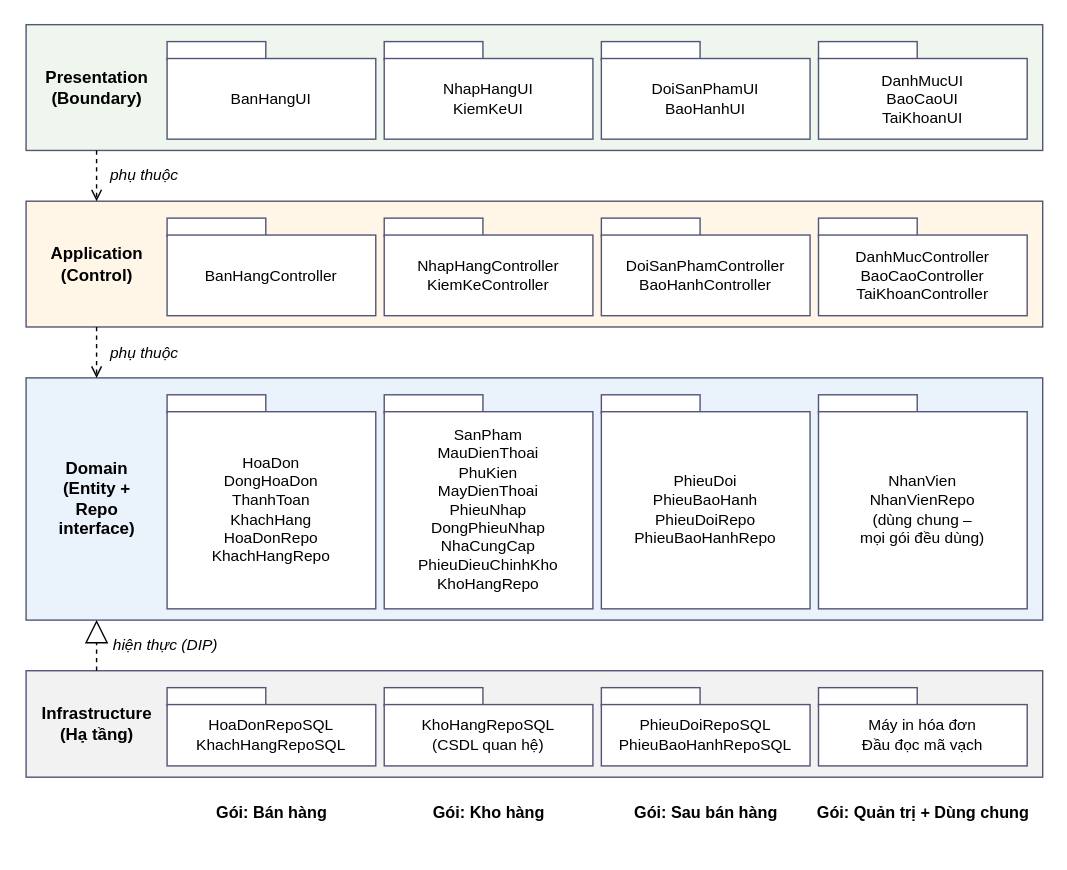
This is SoDo/14_KienTruc.drawio from trungkien1407/OOP, a draw.io file, before an edit. Source tidied: cells renumbered, new cells numbered last; positions are measured from the earlier drawing's top-left corner, leaving out a move shared by most shapes. Both pictures are drawn from the tidied source at 141%, with x=0, y=0 at pixel (24, 24).
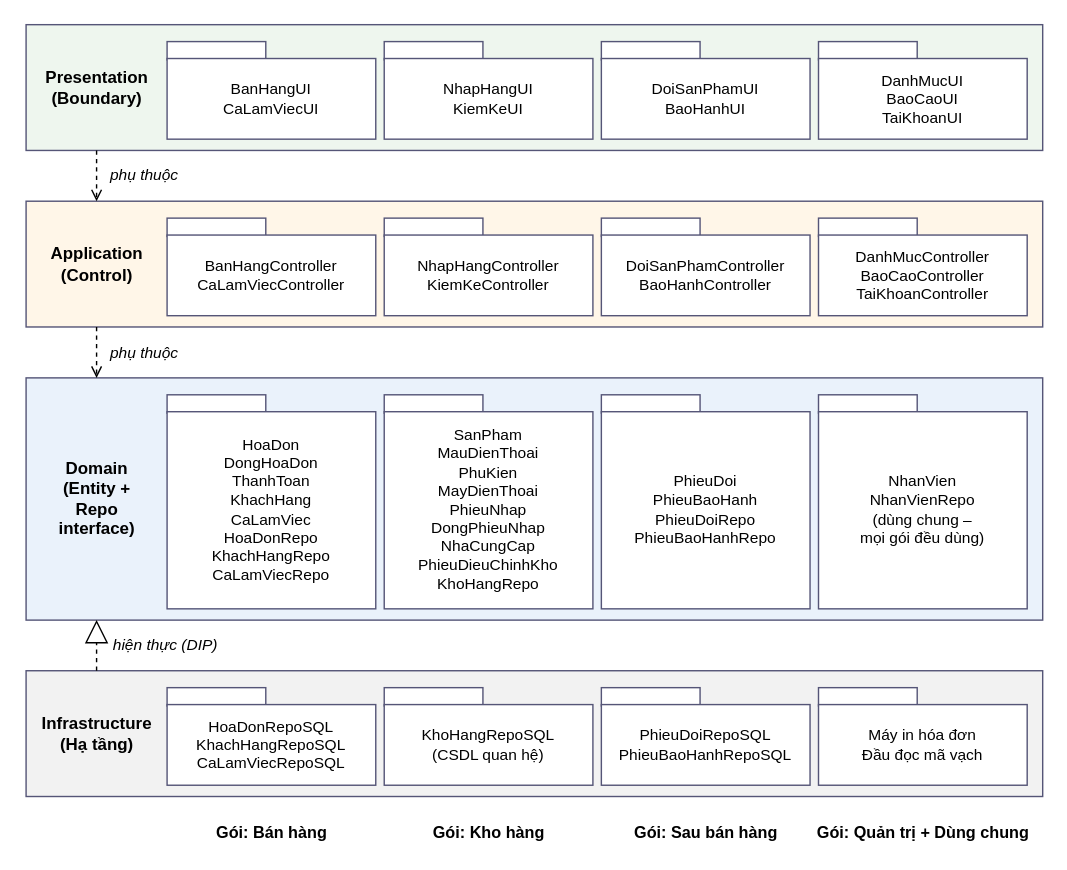
Above is the later version.

Change to the diagram source:
```diff
@@
-    <mxCell id="5" value="BanHangUI" style="rounded=0;whiteSpace=wrap;html=1;fillColor=#fff;strokeColor=#557;fontSize=11;" parent="1" vertex="1">
+    <mxCell id="5" value="BanHangUI&lt;br&gt;CaLamViecUI" style="rounded=0;whiteSpace=wrap;html=1;fillColor=#fff;strokeColor=#557;fontSize=11;" parent="1" vertex="1">
       <mxGeometry x="101" y="24" width="148" height="57.2" as="geometry" />
     </mxCell>
@@
-    <mxCell id="15" value="BanHangController" style="rounded=0;whiteSpace=wrap;html=1;fillColor=#fff;strokeColor=#557;fontSize=11;" parent="1" vertex="1">
+    <mxCell id="15" value="BanHangController&lt;br&gt;CaLamViecController" style="rounded=0;whiteSpace=wrap;html=1;fillColor=#fff;strokeColor=#557;fontSize=11;" parent="1" vertex="1">
       <mxGeometry x="101" y="149.2" width="148" height="57.2" as="geometry" />
     </mxCell>
@@
-    <mxCell id="25" value="HoaDon&lt;br&gt;DongHoaDon&lt;br&gt;ThanhToan&lt;br&gt;KhachHang&lt;br&gt;HoaDonRepo&lt;br&gt;KhachHangRepo" style="rounded=0;whiteSpace=wrap;html=1;fillColor=#fff;strokeColor=#557;fontSize=11;" parent="1" vertex="1">
+    <mxCell id="25" value="HoaDon&lt;br&gt;DongHoaDon&lt;br&gt;ThanhToan&lt;br&gt;KhachHang&lt;br&gt;CaLamViec&lt;br&gt;HoaDonRepo&lt;br&gt;KhachHangRepo&lt;br&gt;CaLamViecRepo" style="rounded=0;whiteSpace=wrap;html=1;fillColor=#fff;strokeColor=#557;fontSize=11;" parent="1" vertex="1">
       <mxGeometry x="101" y="274.5" width="148" height="139.8" as="geometry" />
     </mxCell>
@@
     <mxCell id="32" style="rounded=0;whiteSpace=wrap;html=1;fillColor=#F2F2F2;strokeColor=#557;fontSize=13;" parent="1" vertex="1">
-      <mxGeometry x="1" y="458.2" width="721" height="75.5" as="geometry" />
+      <mxGeometry x="1" y="458.2" width="721" height="89.2" as="geometry" />
     </mxCell>
     <mxCell id="33" value="Infrastructure&lt;br&gt;(Hạ tầng)" style="text;html=1;align=center;verticalAlign=middle;fontSize=12;spacing=0;fontStyle=1;" parent="1" vertex="1">
-      <mxGeometry y="479" width="102" height="34" as="geometry" />
+      <mxGeometry y="485.9" width="102" height="34" as="geometry" />
     </mxCell>
@@
-    <mxCell id="35" value="HoaDonRepoSQL&lt;br&gt;KhachHangRepoSQL" style="rounded=0;whiteSpace=wrap;html=1;fillColor=#fff;strokeColor=#557;fontSize=11;" parent="1" vertex="1">
-      <mxGeometry x="101" y="482.2" width="148" height="43.5" as="geometry" />
+    <mxCell id="35" value="HoaDonRepoSQL&lt;br&gt;KhachHangRepoSQL&lt;br&gt;CaLamViecRepoSQL" style="rounded=0;whiteSpace=wrap;html=1;fillColor=#fff;strokeColor=#557;fontSize=11;" parent="1" vertex="1">
+      <mxGeometry x="101" y="482.2" width="148" height="57.2" as="geometry" />
     </mxCell>
@@
     <mxCell id="37" value="KhoHangRepoSQL&lt;br&gt;(CSDL quan hệ)" style="rounded=0;whiteSpace=wrap;html=1;fillColor=#fff;strokeColor=#557;fontSize=11;" parent="1" vertex="1">
-      <mxGeometry x="255" y="482.2" width="148" height="43.5" as="geometry" />
+      <mxGeometry x="255" y="482.2" width="148" height="57.2" as="geometry" />
     </mxCell>
@@
     <mxCell id="39" value="PhieuDoiRepoSQL&lt;br&gt;PhieuBaoHanhRepoSQL" style="rounded=0;whiteSpace=wrap;html=1;fillColor=#fff;strokeColor=#557;fontSize=11;" parent="1" vertex="1">
-      <mxGeometry x="409" y="482.2" width="148" height="43.5" as="geometry" />
+      <mxGeometry x="409" y="482.2" width="148" height="57.2" as="geometry" />
     </mxCell>
@@
     <mxCell id="41" value="Máy in hóa đơn&lt;br&gt;Đầu đọc mã vạch" style="rounded=0;whiteSpace=wrap;html=1;fillColor=#fff;strokeColor=#557;fontSize=11;" parent="1" vertex="1">
-      <mxGeometry x="563" y="482.2" width="148" height="43.5" as="geometry" />
+      <mxGeometry x="563" y="482.2" width="148" height="57.2" as="geometry" />
     </mxCell>
@@
     <mxCell id="48" value="Gói: Bán hàng" style="text;html=1;align=center;verticalAlign=middle;fontSize=11.5;spacing=0;fontStyle=1;" parent="1" vertex="1">
-      <mxGeometry x="133.9" y="549.8" width="82.2" height="18.4" as="geometry" />
+      <mxGeometry x="133.9" y="563.8" width="82.2" height="18.4" as="geometry" />
     </mxCell>
     <mxCell id="49" value="Gói: Kho hàng" style="text;html=1;align=center;verticalAlign=middle;fontSize=11.5;spacing=0;fontStyle=1;" parent="1" vertex="1">
-      <mxGeometry x="287.9" y="549.8" width="82.2" height="18.4" as="geometry" />
+      <mxGeometry x="287.9" y="563.8" width="82.2" height="18.4" as="geometry" />
     </mxCell>
     <mxCell id="50" value="Gói: Sau bán hàng" style="text;html=1;align=center;verticalAlign=middle;fontSize=11.5;spacing=0;fontStyle=1;" parent="1" vertex="1">
-      <mxGeometry x="430.7" y="549.8" width="104.6" height="18.4" as="geometry" />
+      <mxGeometry x="430.7" y="563.8" width="104.6" height="18.4" as="geometry" />
     </mxCell>
     <mxCell id="51" value="Gói: Quản trị + Dùng chung" style="text;html=1;align=center;verticalAlign=middle;fontSize=11.5;spacing=0;fontStyle=1;" parent="1" vertex="1">
-      <mxGeometry x="558.4" y="549.8" width="157.3" height="18.4" as="geometry" />
+      <mxGeometry x="558.4" y="563.8" width="157.3" height="18.4" as="geometry" />
     </mxCell>
```
